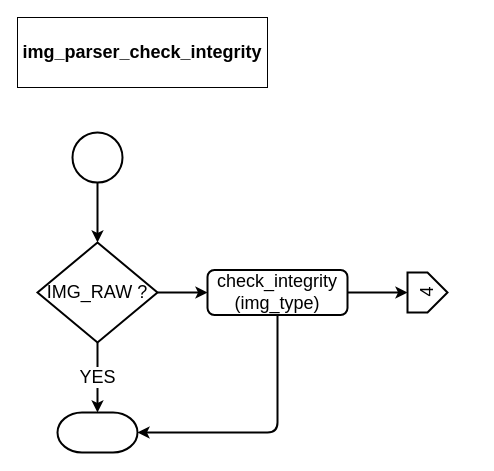
Above: page "img_parser_check_integrity" (7 of 16) of mbedx509_parser.drawio in daichin/secureboot (draw.io), before the change. Source tidied: cells renumbered, new cells numbered last; positions are measured from the earlier drawing's top-left corner, leaving out a move shared by most shapes. Both pictures are drawn from the tidied source at 100%, with x=0, y=0 at pixel (17, 17).
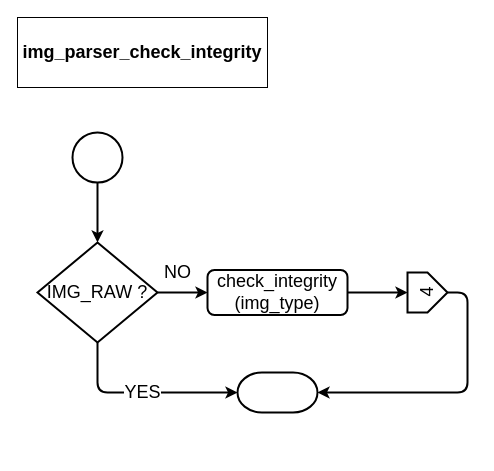
After the change.

The edit, as a diff of the source:
```diff
@@
 <mxGraphModel>
   <root>
     <mxCell id="0" />
     <mxCell id="1" parent="0" />
     <mxCell id="2" value="&lt;span style=&quot;font-size: 18px;&quot;&gt;img_parser_check_integrity&lt;br style=&quot;font-size: 18px;&quot;&gt;&lt;/span&gt;" style="text;html=1;strokeColor=#000000;fillColor=none;align=center;verticalAlign=middle;whiteSpace=wrap;rounded=0;fontSize=18;fontStyle=1;" parent="1" vertex="1">
       <mxGeometry width="250" height="70" as="geometry" />
     </mxCell>
+    <mxCell id="4" value="NO" style="edgeStyle=orthogonalEdgeStyle;rounded=0;jettySize=auto;html=1;fontSize=18;strokeWidth=2;" parent="1" edge="1" source="5" target="9">
+      <mxGeometry x="-0.2" y="20" relative="1" as="geometry" />
+    </mxCell>
-    <mxCell id="3" value="YES" style="edgeStyle=orthogonalEdgeStyle;rounded=0;jettySize=auto;html=1;fontSize=18;strokeWidth=2;fontStyle=0;" parent="1" edge="1" source="5" target="6">
+    <mxCell id="3" value="YES" style="edgeStyle=orthogonalEdgeStyle;rounded=1;jettySize=auto;html=1;exitX=0.5;exitY=1;exitDx=0;exitDy=0;exitPerimeter=0;entryX=0;entryY=0.5;entryDx=0;entryDy=0;entryPerimeter=0;endArrow=classic;endFill=1;strokeColor=#000000;strokeWidth=2;fontFamily=Helvetica;fontSize=18;fontColor=#000000;" parent="1" edge="1" source="5" target="6">
       <mxGeometry relative="1" as="geometry" />
     </mxCell>
-    <mxCell id="4" style="edgeStyle=orthogonalEdgeStyle;rounded=0;jettySize=auto;html=1;fontSize=18;strokeWidth=2;" parent="1" edge="1" source="5" target="9">
-      <mxGeometry relative="1" as="geometry" />
-    </mxCell>
     <mxCell id="5" value="IMG_RAW ?" style="strokeWidth=2;html=1;shape=mxgraph.flowchart.decision;whiteSpace=wrap;fontSize=18;" parent="1" vertex="1">
       <mxGeometry x="20" y="225" width="120" height="100" as="geometry" />
     </mxCell>
     <mxCell id="6" style="strokeWidth=2;html=1;shape=mxgraph.flowchart.terminator;whiteSpace=wrap;fontSize=18;" parent="1" vertex="1">
-      <mxGeometry x="40" y="395" width="80" height="40" as="geometry" />
+      <mxGeometry x="220" y="355" width="80" height="40" as="geometry" />
     </mxCell>
-    <mxCell id="7" style="edgeStyle=orthogonalEdgeStyle;rounded=1;jettySize=auto;html=1;exitX=0.5;exitY=1;exitDx=0;exitDy=0;entryX=1;entryY=0.5;entryDx=0;entryDy=0;entryPerimeter=0;strokeWidth=2;" parent="1" edge="1" source="9" target="6">
+    <mxCell id="7" style="edgeStyle=orthogonalEdgeStyle;rounded=1;jettySize=auto;html=1;exitX=0.5;exitY=1;exitDx=0;exitDy=0;entryX=1;entryY=0.5;entryDx=0;entryDy=0;entryPerimeter=0;strokeWidth=2;" parent="1" edge="1" source="12" target="6">
       <mxGeometry relative="1" as="geometry" />
     </mxCell>
     <mxCell id="8" style="edgeStyle=orthogonalEdgeStyle;rounded=1;jettySize=auto;html=1;endArrow=classic;endFill=1;strokeColor=#000000;strokeWidth=2;fontSize=18;" parent="1" edge="1" source="9" target="12">
       <mxGeometry relative="1" as="geometry" />
     </mxCell>
     <mxCell id="9" value="check_integrity (img_type)" style="rounded=1;whiteSpace=wrap;html=1;absoluteArcSize=1;arcSize=14;strokeWidth=2;fontSize=18;" parent="1" vertex="1">
       <mxGeometry x="190" y="252.5" width="140" height="45" as="geometry" />
     </mxCell>
     <mxCell id="10" style="edgeStyle=orthogonalEdgeStyle;rounded=1;jettySize=auto;html=1;endArrow=classic;endFill=1;strokeColor=#000000;strokeWidth=2;fontSize=18;" parent="1" edge="1" source="11" target="5">
       <mxGeometry relative="1" as="geometry" />
     </mxCell>
     <mxCell id="11" style="strokeWidth=2;html=1;shape=mxgraph.flowchart.start_2;whiteSpace=wrap;rounded=0;shadow=0;gradientColor=none;fontSize=18;align=center;" parent="1" vertex="1">
       <mxGeometry x="55" y="115" width="50" height="50" as="geometry" />
     </mxCell>
     <mxCell id="12" value="4" style="verticalLabelPosition=middle;verticalAlign=middle;html=1;strokeWidth=2;shape=offPageConnector;rounded=0;size=0.5;shadow=0;gradientColor=none;fontSize=18;align=center;rotation=-90;labelPosition=center;" parent="1" vertex="1">
       <mxGeometry x="390" y="255" width="40" height="40" as="geometry" />
     </mxCell>
   </root>
 </mxGraphModel>
```
